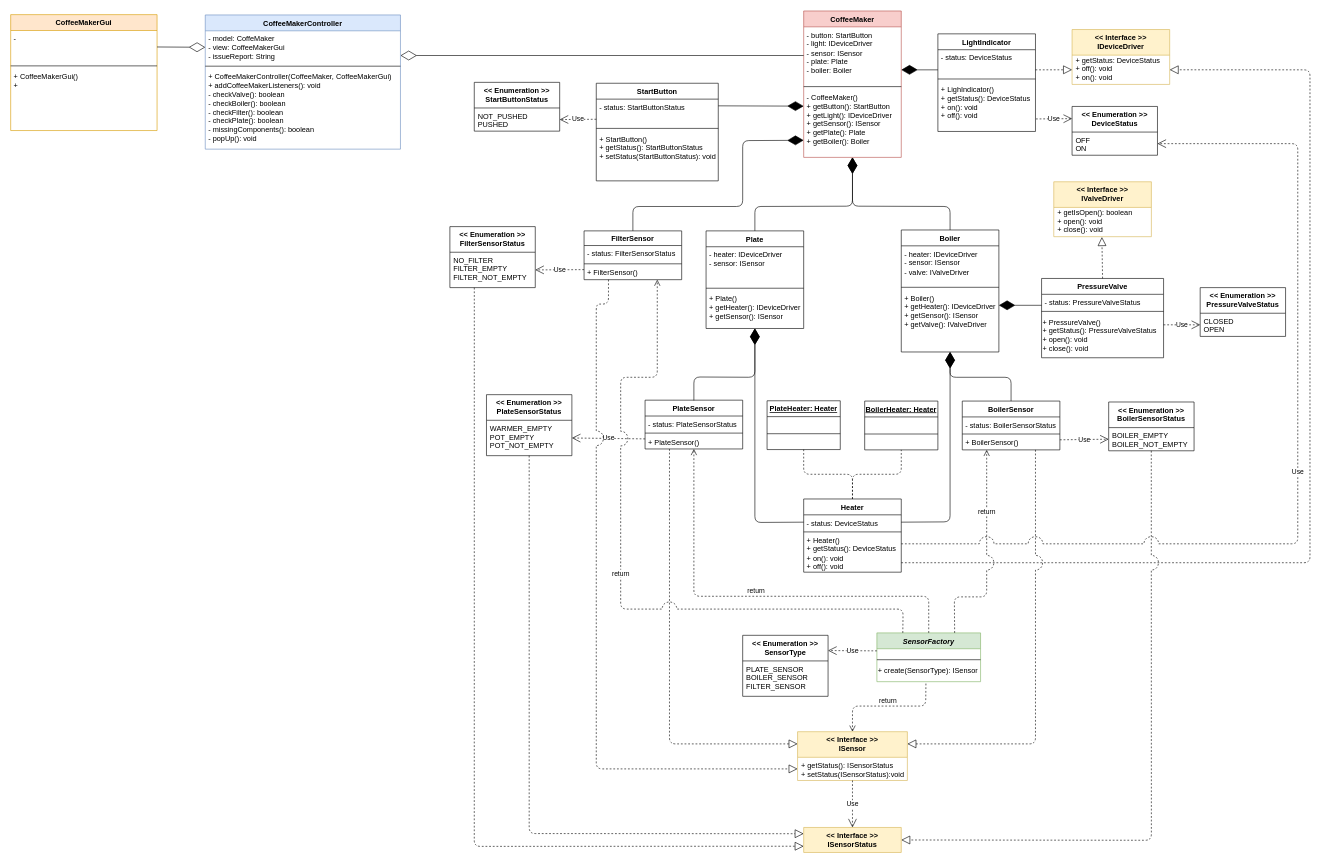
Before: resources/CoffeeMakerUML.drawio in JosueRodriguezGarcia/CoffeeMaker-Group2, a draw.io diagram. Source tidied: cells renumbered, new cells numbered last; positions are measured from the earlier drawing's top-left corner, leaving out a move shared by most shapes. Both pictures are drawn from the tidied source at 61%, with x=0, y=0 at pixel (10, 11).
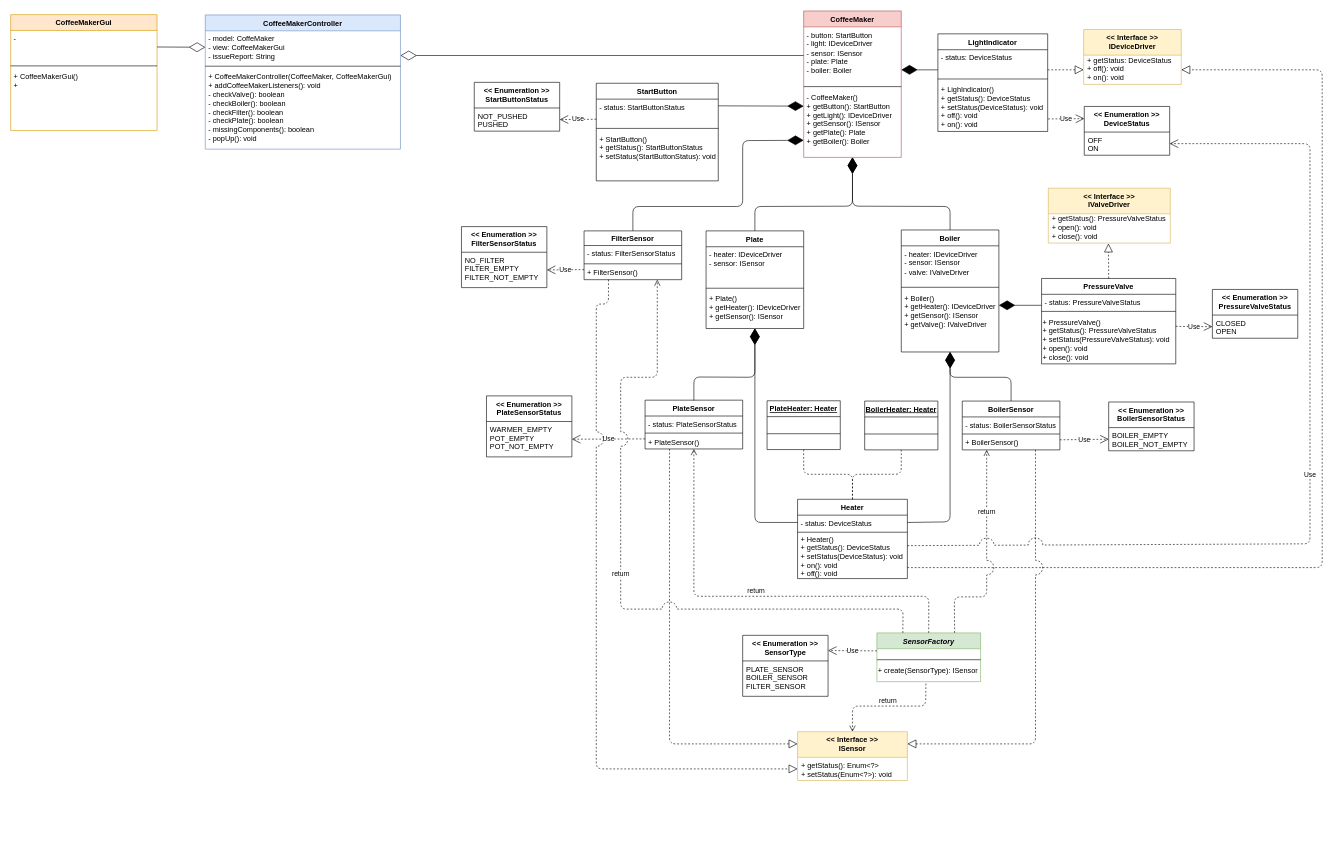
Above is the later version.

Unchanged cells that the change refers to:
```xml
<mxCell id="50" value="+ getStatus: DeviceStatus&#10;+ off(): void&#10;+ on(): void&#10;" style="text;strokeColor=none;fillColor=none;align=left;verticalAlign=middle;spacingLeft=4;spacingRight=4;overflow=hidden;points=[[0,0.5],[1,0.5]];portConstraint=eastwest;" parent="49" vertex="1">
  <mxGeometry y="42" width="160" height="48" as="geometry" />
</mxCell>
<mxCell id="69" value="&lt;&lt; Interface &gt;&gt;&#10;ISensor&#10;" style="swimlane;fontStyle=1;horizontal=1;startSize=42;fillColor=#fff2cc;verticalAlign=top;strokeColor=#d6b656;" parent="1" vertex="1">
  <mxGeometry x="1290" y="1181" width="180" height="80" as="geometry" />
</mxCell>
<mxCell id="88" value="BOILER_EMPTY&#10;BOILER_NOT_EMPTY&#10;" style="text;strokeColor=none;fillColor=none;align=left;verticalAlign=top;spacingLeft=4;spacingRight=4;overflow=hidden;points=[[0,0.5],[1,0.5]];portConstraint=eastwest;" parent="87" vertex="1">
  <mxGeometry y="42" width="140" height="38" as="geometry" />
</mxCell>
<mxCell id="92" value="NO_FILTER&#10;FILTER_EMPTY&#10;FILTER_NOT_EMPTY&#10;" style="text;strokeColor=none;fillColor=none;align=left;verticalAlign=top;spacingLeft=4;spacingRight=4;overflow=hidden;points=[[0,0.5],[1,0.5]];portConstraint=eastwest;" parent="91" vertex="1">
  <mxGeometry y="42" width="140" height="58" as="geometry" />
</mxCell>
<mxCell id="97" value="OFF&#10;ON&#10;" style="text;strokeColor=none;fillColor=none;align=left;verticalAlign=top;spacingLeft=4;spacingRight=4;overflow=hidden;points=[[0,0.5],[1,0.5]];portConstraint=eastwest;" parent="96" vertex="1">
  <mxGeometry y="42" width="140" height="38" as="geometry" />
</mxCell>
```

Change to the diagram source:
```diff
@@
     <mxCell id="6" value="LightIndicator&#10;" style="swimlane;fontStyle=1;align=center;verticalAlign=top;horizontal=1;startSize=26;" parent="1" vertex="1">
-      <mxGeometry x="1520" y="37" width="160" height="160" as="geometry" />
+      <mxGeometry x="1520" y="37" width="180" height="160" as="geometry" />
     </mxCell>
     <mxCell id="7" value="&lt;div&gt;&lt;span&gt;&amp;nbsp;- status: DeviceStatus&lt;/span&gt;&lt;br&gt;&lt;/div&gt;" style="text;html=1;strokeColor=none;fillColor=none;align=left;verticalAlign=top;whiteSpace=wrap;rounded=0;" parent="6" vertex="1">
-      <mxGeometry y="26" width="160" height="44" as="geometry" />
+      <mxGeometry y="26" width="180" height="44" as="geometry" />
     </mxCell>
     <mxCell id="8" style="line;strokeWidth=1;fillColor=none;align=left;verticalAlign=middle;spacingTop=-1;spacingLeft=3;spacingRight=3;labelPosition=right;" parent="6" vertex="1">
-      <mxGeometry y="70" width="160" height="8" as="geometry" />
+      <mxGeometry y="70" width="180" height="8" as="geometry" />
     </mxCell>
-    <mxCell id="9" value="&amp;nbsp;+ LighIndicator()&lt;br&gt;&amp;nbsp;+ getStatus(): DeviceStatus&lt;br&gt;&lt;div&gt;&amp;nbsp;+ on(): void&lt;/div&gt;&lt;div&gt;&amp;nbsp;+ off(): void&lt;/div&gt;" style="text;html=1;strokeColor=none;fillColor=none;align=left;verticalAlign=top;whiteSpace=wrap;rounded=0;" parent="6" vertex="1">
-      <mxGeometry y="78" width="160" height="82" as="geometry" />
+    <mxCell id="9" value="&amp;nbsp;+ LighIndicator()&lt;br&gt;&amp;nbsp;+ getStatus(): DeviceStatus&lt;br&gt;&amp;nbsp;+ setStatus(DeviceStatus): void&lt;br&gt;&lt;div&gt;&amp;nbsp;+ off(): void&lt;/div&gt;&lt;div&gt;&amp;nbsp;+ on(): void&lt;/div&gt;" style="text;html=1;strokeColor=none;fillColor=none;align=left;verticalAlign=top;whiteSpace=wrap;rounded=0;" parent="6" vertex="1">
+      <mxGeometry y="78" width="180" height="82" as="geometry" />
     </mxCell>
@@
     <mxCell id="18" value="Heater" style="swimlane;fontStyle=1;align=center;verticalAlign=middle;horizontal=1;startSize=26;" parent="1" vertex="1">
-      <mxGeometry x="1300" y="799.5" width="160" height="120" as="geometry" />
+      <mxGeometry x="1290" y="800" width="180" height="130" as="geometry" />
     </mxCell>
     <mxCell id="19" value="&lt;div&gt;&lt;span&gt;&amp;nbsp;- status: DeviceStatus&lt;/span&gt;&lt;br&gt;&lt;/div&gt;&lt;br&gt;" style="text;html=1;strokeColor=none;fillColor=none;align=left;verticalAlign=top;whiteSpace=wrap;rounded=0;" parent="18" vertex="1">
-      <mxGeometry y="26" width="160" height="24" as="geometry" />
+      <mxGeometry y="26" width="180" height="24" as="geometry" />
     </mxCell>
     <mxCell id="20" style="line;strokeWidth=1;fillColor=none;align=left;verticalAlign=middle;spacingTop=-1;spacingLeft=3;spacingRight=3;labelPosition=right;" parent="18" vertex="1">
-      <mxGeometry y="50" width="160" height="8" as="geometry" />
+      <mxGeometry y="50" width="180" height="8" as="geometry" />
     </mxCell>
-    <mxCell id="21" value="&amp;nbsp;+ Heater()&lt;br&gt;&amp;nbsp;+ getStatus(): DeviceStatus&lt;br&gt;&amp;nbsp;+ on(): void&lt;br&gt;&amp;nbsp;+ off(): void&lt;br&gt;" style="text;html=1;strokeColor=none;fillColor=none;align=left;verticalAlign=middle;whiteSpace=wrap;rounded=0;" parent="18" vertex="1">
-      <mxGeometry y="58" width="160" height="62" as="geometry" />
+    <mxCell id="21" value="&amp;nbsp;+ Heater()&lt;br&gt;&amp;nbsp;+ getStatus(): DeviceStatus&lt;br&gt;&amp;nbsp;+ setStatus(DeviceStatus): void&lt;br&gt;&amp;nbsp;+ on(): void&lt;br&gt;&amp;nbsp;+ off(): void&lt;br&gt;" style="text;html=1;strokeColor=none;fillColor=none;align=left;verticalAlign=middle;whiteSpace=wrap;rounded=0;" parent="18" vertex="1">
+      <mxGeometry y="58" width="180" height="72" as="geometry" />
     </mxCell>
     <mxCell id="22" value="PressureValve" style="swimlane;fontStyle=1;align=center;verticalAlign=middle;horizontal=1;startSize=26;" parent="1" vertex="1">
-      <mxGeometry x="1690" y="438" width="200" height="130" as="geometry" />
+      <mxGeometry x="1690" y="438" width="220" height="140" as="geometry" />
     </mxCell>
     <mxCell id="23" value="&lt;div&gt;&lt;span&gt;&amp;nbsp;- status: PressureValveStatus&lt;/span&gt;&lt;br&gt;&lt;/div&gt;" style="text;html=1;strokeColor=none;fillColor=none;align=left;verticalAlign=top;whiteSpace=wrap;rounded=0;" parent="22" vertex="1">
-      <mxGeometry y="26" width="200" height="24" as="geometry" />
+      <mxGeometry y="26" width="220" height="24" as="geometry" />
     </mxCell>
     <mxCell id="24" style="line;strokeWidth=1;fillColor=none;align=left;verticalAlign=middle;spacingTop=-1;spacingLeft=3;spacingRight=3;labelPosition=right;" parent="22" vertex="1">
-      <mxGeometry y="50" width="200" height="8" as="geometry" />
+      <mxGeometry y="50" width="220" height="8" as="geometry" />
     </mxCell>
-    <mxCell id="25" value="&lt;div&gt;+ PressureValve()&lt;/div&gt;&lt;div&gt;+ getStatus(): PressureValveStatus&lt;br&gt;&lt;/div&gt;&lt;div&gt;+ open(): void&lt;/div&gt;&lt;div&gt;+ close(): void&lt;/div&gt;" style="text;html=1;strokeColor=none;fillColor=none;align=left;verticalAlign=top;whiteSpace=wrap;rounded=0;" parent="22" vertex="1">
-      <mxGeometry y="58" width="200" height="72" as="geometry" />
+    <mxCell id="25" value="&lt;div&gt;+ PressureValve()&lt;/div&gt;&lt;div&gt;+ getStatus(): PressureValveStatus&lt;br&gt;&lt;/div&gt;&lt;div&gt;+ setStatus(PressureValveStatus): void&lt;/div&gt;&lt;div&gt;+ open(): void&lt;/div&gt;&lt;div&gt;+ close(): void&lt;/div&gt;" style="text;html=1;strokeColor=none;fillColor=none;align=left;verticalAlign=top;whiteSpace=wrap;rounded=0;" parent="22" vertex="1">
+      <mxGeometry y="58" width="220" height="82" as="geometry" />
     </mxCell>
@@
     <mxCell id="47" value="&lt;&lt; Interface &gt;&gt;&#10;IValveDriver&#10;" style="swimlane;fontStyle=1;horizontal=1;startSize=42;fillColor=#fff2cc;verticalAlign=top;strokeColor=#d6b656;" parent="1" vertex="1">
-      <mxGeometry x="1710" y="279.5" width="160" height="90" as="geometry" />
+      <mxGeometry x="1701" y="290" width="200" height="90" as="geometry" />
     </mxCell>
-    <mxCell id="48" value="+ getIsOpen(): boolean&#10;+ open(): void&#10;+ close(): void&#10;" style="text;strokeColor=none;fillColor=none;align=left;verticalAlign=middle;spacingLeft=4;spacingRight=4;overflow=hidden;points=[[0,0.5],[1,0.5]];portConstraint=eastwest;" parent="47" vertex="1">
-      <mxGeometry y="42" width="160" height="48" as="geometry" />
+    <mxCell id="48" value="+ getStatus(): PressureValveStatus&#10;+ open(): void&#10;+ close(): void&#10;" style="text;strokeColor=none;fillColor=none;align=left;verticalAlign=middle;spacingLeft=4;spacingRight=4;overflow=hidden;points=[[0,0.5],[1,0.5]];portConstraint=eastwest;" parent="47" vertex="1">
+      <mxGeometry y="42" width="200" height="48" as="geometry" />
     </mxCell>
     <mxCell id="49" value="&lt;&lt; Interface &gt;&gt;&#10;IDeviceDriver&#10;" style="swimlane;fontStyle=1;horizontal=1;startSize=42;fillColor=#fff2cc;verticalAlign=top;strokeColor=#d6b656;" parent="1" vertex="1">
-      <mxGeometry x="1740" y="29.9" width="160" height="90" as="geometry" />
+      <mxGeometry x="1759" y="29.9" width="160" height="90" as="geometry" />
     </mxCell>
@@
     <mxCell id="51" style="endArrow=block;dashed=1;endFill=0;endSize=12;html=1;entryX=1;entryY=0.5;entryDx=0;entryDy=0;jumpStyle=arc;jumpSize=24;exitX=1;exitY=0.75;exitDx=0;exitDy=0;" parent="1" edge="1" source="21" target="50">
       <mxGeometry relative="1" as="geometry">
         <Array as="points">
-          <mxPoint x="2130" y="904" />
-          <mxPoint x="2130" y="96" />
+          <mxPoint x="2150" y="912" />
+          <mxPoint x="2150" y="96" />
         </Array>
       </mxGeometry>
     </mxCell>
@@
-    <mxCell id="70" value="+ getStatus(): ISensorStatus&#10;+ setStatus(ISensorStatus):void&#10;" style="text;strokeColor=none;fillColor=none;align=left;verticalAlign=top;spacingLeft=4;spacingRight=4;overflow=hidden;points=[[0,0.5],[1,0.5]];portConstraint=eastwest;" parent="69" vertex="1">
+    <mxCell id="70" value="+ getStatus(): Enum&lt;?&gt;&#10;+ setStatus(Enum&lt;?&gt;): void&#10;" style="text;strokeColor=none;fillColor=none;align=left;verticalAlign=top;spacingLeft=4;spacingRight=4;overflow=hidden;points=[[0,0.5],[1,0.5]];portConstraint=eastwest;" parent="69" vertex="1">
       <mxGeometry y="42" width="180" height="38" as="geometry" />
     </mxCell>
@@
-    <mxCell id="83" value="&lt;&lt; Interface &gt;&gt;&#10;ISensorStatus&#10;" style="swimlane;fontStyle=1;horizontal=1;startSize=42;fillColor=#fff2cc;verticalAlign=top;strokeColor=#d6b656;" parent="1" vertex="1">
-      <mxGeometry x="1300" y="1338" width="160" height="41" as="geometry" />
-    </mxCell>
-    <mxCell id="84" value="Use" style="endArrow=open;endSize=12;dashed=1;html=1;entryX=0.5;entryY=0;entryDx=0;entryDy=0;exitX=0.5;exitY=1;exitDx=0;exitDy=0;" parent="1" edge="1" source="69" target="83">
-      <mxGeometry relative="1" as="geometry" />
-    </mxCell>
     <mxCell id="85" value="&lt;&lt; Enumeration &gt;&gt;&#10;PlateSensorStatus&#10;" style="swimlane;fontStyle=1;horizontal=1;startSize=42;verticalAlign=top;" parent="1" vertex="1">
-      <mxGeometry x="780" y="628.5" width="140" height="100" as="geometry" />
+      <mxGeometry x="780" y="630.5" width="140" height="100" as="geometry" />
     </mxCell>
@@
-    <mxCell id="89" style="endArrow=block;dashed=1;endFill=0;endSize=12;html=1;entryX=0;entryY=0.25;entryDx=0;entryDy=0;exitX=0.5;exitY=1;exitDx=0;exitDy=0;" parent="1" edge="1" source="85" target="83">
-      <mxGeometry relative="1" as="geometry">
-        <Array as="points">
-          <mxPoint x="850" y="1348" />
-        </Array>
-      </mxGeometry>
-    </mxCell>
-    <mxCell id="90" style="endArrow=block;dashed=1;endFill=0;endSize=12;html=1;entryX=1;entryY=0.5;entryDx=0;entryDy=0;exitX=0.499;exitY=1.001;exitDx=0;exitDy=0;exitPerimeter=0;jumpStyle=arc;jumpSize=24;" parent="1" edge="1" source="88" target="83">
-      <mxGeometry relative="1" as="geometry">
-        <Array as="points">
-          <mxPoint x="1870" y="1359" />
-        </Array>
-      </mxGeometry>
-    </mxCell>
     <mxCell id="91" value="&lt;&lt; Enumeration &gt;&gt;&#10;FilterSensorStatus&#10;" style="swimlane;fontStyle=1;horizontal=1;startSize=42;verticalAlign=top;" parent="1" vertex="1">
-      <mxGeometry x="720" y="353" width="140" height="100" as="geometry" />
+      <mxGeometry x="739" y="353" width="140" height="100" as="geometry" />
     </mxCell>
@@
-    <mxCell id="93" style="endArrow=block;dashed=1;endFill=0;endSize=12;html=1;exitX=0.286;exitY=1.003;exitDx=0;exitDy=0;exitPerimeter=0;entryX=0;entryY=0.75;entryDx=0;entryDy=0;" parent="1" edge="1" source="92" target="83">
-      <mxGeometry relative="1" as="geometry">
-        <Array as="points">
-          <mxPoint x="760" y="1369" />
-        </Array>
-      </mxGeometry>
-    </mxCell>
@@
     <mxCell id="96" value="&lt;&lt; Enumeration &gt;&gt;&#10;DeviceStatus&#10;" style="swimlane;fontStyle=1;horizontal=1;startSize=42;verticalAlign=top;" parent="1" vertex="1">
-      <mxGeometry x="1740" y="156" width="140" height="80" as="geometry" />
+      <mxGeometry x="1760" y="156" width="140" height="80" as="geometry" />
     </mxCell>
@@
     <mxCell id="98" value="&lt;&lt; Enumeration &gt;&gt;&#10;PressureValveStatus&#10;" style="swimlane;fontStyle=1;horizontal=1;startSize=42;verticalAlign=top;" parent="1" vertex="1">
-      <mxGeometry x="1950" y="453" width="140" height="80" as="geometry" />
+      <mxGeometry x="1970" y="456" width="140" height="80" as="geometry" />
     </mxCell>
@@
     <mxCell id="118" value="Use" style="endArrow=open;endSize=12;dashed=1;html=1;exitX=1;exitY=0.25;exitDx=0;exitDy=0;entryX=1;entryY=0.5;entryDx=0;entryDy=0;jumpStyle=arc;jumpSize=24;" parent="1" edge="1" source="21" target="97">
       <mxGeometry relative="1" as="geometry">
         <Array as="points">
-          <mxPoint x="2110" y="873" />
-          <mxPoint x="2110" y="217" />
+          <mxPoint x="2130" y="873" />
+          <mxPoint x="2130" y="217" />
         </Array>
       </mxGeometry>
     </mxCell>
```
